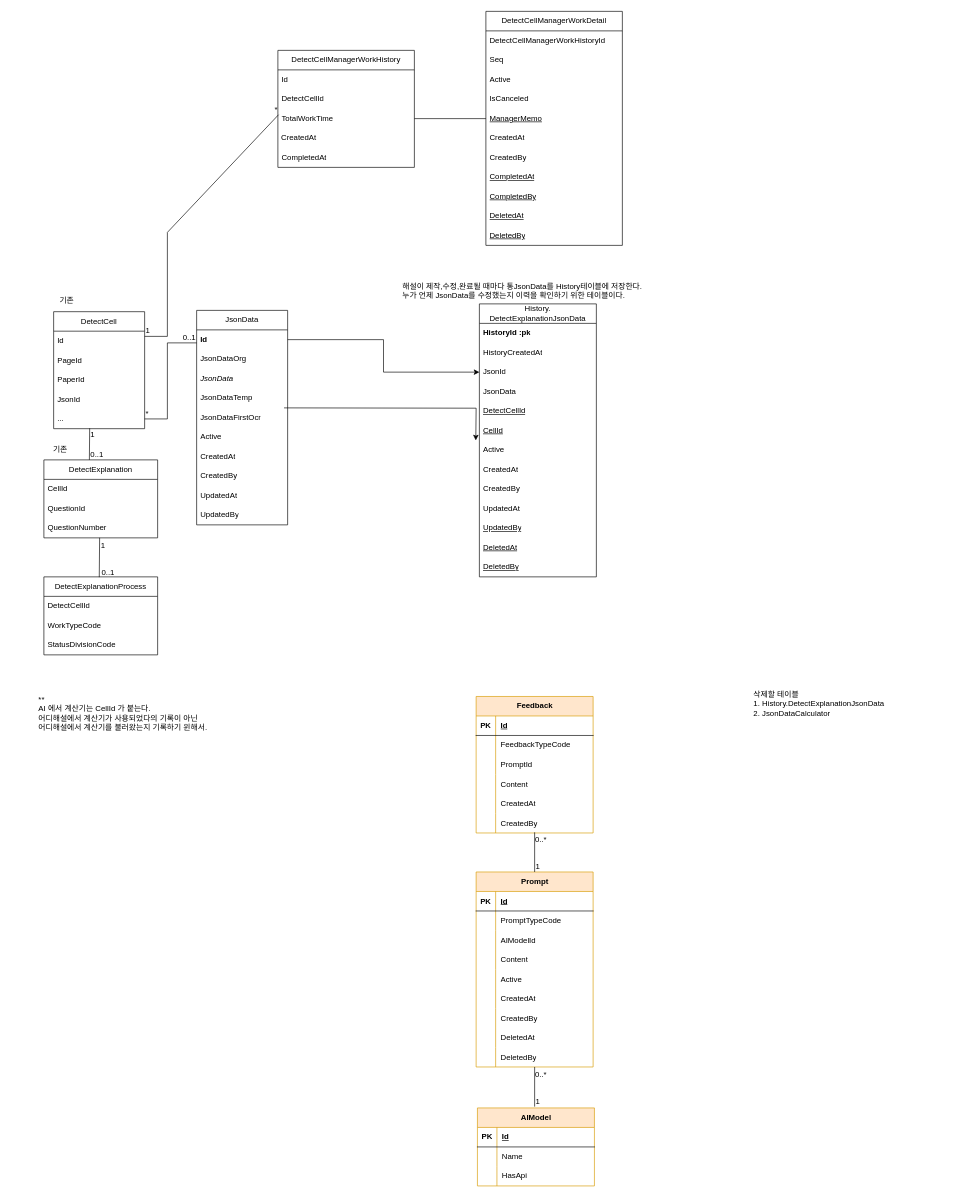
hyeonzx/Explanation_Calculator keeps this draw.io diagram as 해설계산기.drawio. Above is the earlier version. Source tidied: cells renumbered, new cells numbered last; positions are measured from the earlier drawing's top-left corner, leaving out a move shared by most shapes. Both pictures are drawn from the tidied source at 65%, with x=0, y=0 at pixel (37, 11).
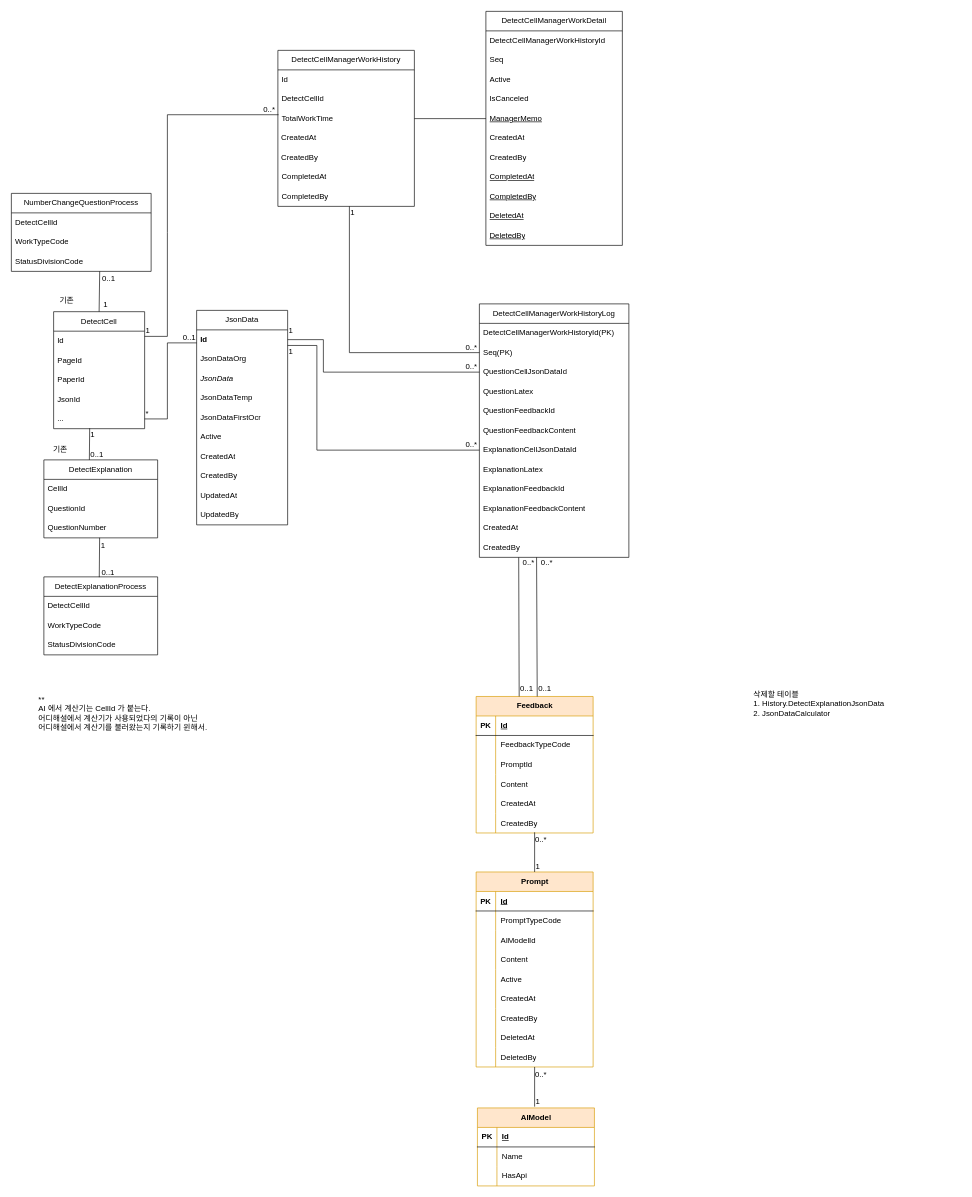
After the change.

Commit message (it also covers changes not shown here):
해설계산기.drawio 업데이트

Unchanged cells that the change refers to:
```xml
<mxCell id="3" value="&lt;b&gt;Id&lt;/b&gt;" style="text;strokeColor=none;fillColor=none;align=left;verticalAlign=middle;spacingLeft=4;spacingRight=4;overflow=hidden;points=[[0,0.5],[1,0.5]];portConstraint=eastwest;whiteSpace=wrap;html=1;" parent="2" vertex="1">
  <mxGeometry y="30" width="140" height="30" as="geometry" />
</mxCell>
<mxCell id="13" value="DetectCell" style="swimlane;fontStyle=0;horizontal=1;startSize=30;whiteSpace=wrap;html=1;" parent="1" vertex="1">
  <mxGeometry x="25" y="462" width="140" height="180" as="geometry" />
</mxCell>
<mxCell id="58" value="TotalWorkTime" style="text;strokeColor=none;fillColor=none;align=left;verticalAlign=middle;spacingLeft=4;spacingRight=4;overflow=hidden;points=[[0,0.5],[1,0.5]];portConstraint=eastwest;whiteSpace=wrap;html=1;" parent="55" vertex="1">
  <mxGeometry y="90" width="210" height="30" as="geometry" />
</mxCell>
<mxCell id="78" value="Feedback" style="shape=table;startSize=30;childLayout=tableLayout;rowLines=0;fontStyle=1;align=center;html=1;fillColor=#ffe6cc;strokeColor=#d79b00;" parent="1" vertex="1">
  <mxGeometry x="675" y="1054" width="180" height="210" as="geometry" />
</mxCell>
```

Change to the diagram source:
```diff
@@
-    <mxCell id="19" value="History.&lt;div&gt;DetectExplanationJsonData&lt;/div&gt;" style="swimlane;fontStyle=0;horizontal=1;startSize=30;whiteSpace=wrap;html=1;" parent="1" vertex="1">
-      <mxGeometry x="680" y="450" width="180" height="420" as="geometry" />
+    <mxCell id="19" value="DetectCellManagerWorkHistoryLog" style="swimlane;fontStyle=0;horizontal=1;startSize=30;whiteSpace=wrap;html=1;" parent="1" vertex="1">
+      <mxGeometry x="680" y="450" width="230" height="390" as="geometry" />
     </mxCell>
-    <mxCell id="20" value="&lt;b&gt;HistoryId :pk&lt;/b&gt;" style="text;strokeColor=none;fillColor=none;align=left;verticalAlign=middle;spacingLeft=4;spacingRight=4;overflow=hidden;whiteSpace=wrap;html=1;" parent="19" vertex="1">
-      <mxGeometry y="30" width="180" height="30" as="geometry" />
+    <mxCell id="20" value="&lt;span style=&quot;text-align: center;&quot;&gt;DetectCellManagerWorkHistoryId(PK)&lt;/span&gt;" style="text;strokeColor=none;fillColor=none;align=left;verticalAlign=middle;spacingLeft=4;spacingRight=4;overflow=hidden;whiteSpace=wrap;html=1;" parent="19" vertex="1">
+      <mxGeometry y="30" width="230" height="30" as="geometry" />
     </mxCell>
-    <mxCell id="21" value="HistoryCreatedAt" style="text;strokeColor=none;fillColor=none;align=left;verticalAlign=middle;spacingLeft=4;spacingRight=4;overflow=hidden;points=[[0,0.5],[1,0.5]];portConstraint=eastwest;whiteSpace=wrap;html=1;" parent="19" vertex="1">
-      <mxGeometry y="60" width="180" height="30" as="geometry" />
+    <mxCell id="21" value="Seq&lt;span style=&quot;text-align: center;&quot;&gt;(PK)&lt;/span&gt;" style="text;strokeColor=none;fillColor=none;align=left;verticalAlign=middle;spacingLeft=4;spacingRight=4;overflow=hidden;points=[[0,0.5],[1,0.5]];portConstraint=eastwest;whiteSpace=wrap;html=1;" parent="19" vertex="1">
+      <mxGeometry y="60" width="230" height="30" as="geometry" />
     </mxCell>
-    <mxCell id="22" value="JsonId" style="text;strokeColor=none;fillColor=none;align=left;verticalAlign=middle;spacingLeft=4;spacingRight=4;overflow=hidden;points=[[0,0.5],[1,0.5]];portConstraint=eastwest;whiteSpace=wrap;html=1;" parent="19" vertex="1">
-      <mxGeometry y="90" width="180" height="30" as="geometry" />
+    <mxCell id="22" value="QuestionCellJsonDataId" style="text;strokeColor=none;fillColor=none;align=left;verticalAlign=middle;spacingLeft=4;spacingRight=4;overflow=hidden;points=[[0,0.5],[1,0.5]];portConstraint=eastwest;whiteSpace=wrap;html=1;" parent="19" vertex="1">
+      <mxGeometry y="90" width="230" height="30" as="geometry" />
     </mxCell>
-    <mxCell id="23" value="JsonData" style="text;strokeColor=none;fillColor=none;align=left;verticalAlign=middle;spacingLeft=4;spacingRight=4;overflow=hidden;whiteSpace=wrap;html=1;" parent="19" vertex="1">
-      <mxGeometry y="120" width="180" height="30" as="geometry" />
+    <mxCell id="23" value="QuestionLatex" style="text;strokeColor=none;fillColor=none;align=left;verticalAlign=middle;spacingLeft=4;spacingRight=4;overflow=hidden;whiteSpace=wrap;html=1;" parent="19" vertex="1">
+      <mxGeometry y="120" width="230" height="30" as="geometry" />
     </mxCell>
-    <mxCell id="24" value="&lt;u&gt;DetectCellId&lt;/u&gt;" style="text;strokeColor=none;fillColor=none;align=left;verticalAlign=middle;spacingLeft=4;spacingRight=4;overflow=hidden;whiteSpace=wrap;html=1;" parent="19" vertex="1">
-      <mxGeometry y="150" width="180" height="30" as="geometry" />
+    <mxCell id="24" value="QuestionFeedbackId" style="text;strokeColor=none;fillColor=none;align=left;verticalAlign=middle;spacingLeft=4;spacingRight=4;overflow=hidden;whiteSpace=wrap;html=1;" parent="19" vertex="1">
+      <mxGeometry y="150" width="230" height="30" as="geometry" />
     </mxCell>
-    <mxCell id="25" value="&lt;u&gt;CellId&lt;/u&gt;" style="text;strokeColor=none;fillColor=none;align=left;verticalAlign=middle;spacingLeft=4;spacingRight=4;overflow=hidden;whiteSpace=wrap;html=1;" parent="19" vertex="1">
-      <mxGeometry y="180" width="180" height="30" as="geometry" />
+    <mxCell id="25" value="QuestionFeedbackContent" style="text;strokeColor=none;fillColor=none;align=left;verticalAlign=middle;spacingLeft=4;spacingRight=4;overflow=hidden;whiteSpace=wrap;html=1;" parent="19" vertex="1">
+      <mxGeometry y="180" width="230" height="30" as="geometry" />
     </mxCell>
-    <mxCell id="26" value="Active" style="text;strokeColor=none;fillColor=none;align=left;verticalAlign=middle;spacingLeft=4;spacingRight=4;overflow=hidden;points=[[0,0.5],[1,0.5]];portConstraint=eastwest;whiteSpace=wrap;html=1;" parent="19" vertex="1">
-      <mxGeometry y="210" width="180" height="30" as="geometry" />
+    <mxCell id="26" value="ExplanationCellJsonDataId" style="text;strokeColor=none;fillColor=none;align=left;verticalAlign=middle;spacingLeft=4;spacingRight=4;overflow=hidden;points=[[0,0.5],[1,0.5]];portConstraint=eastwest;whiteSpace=wrap;html=1;" parent="19" vertex="1">
+      <mxGeometry y="210" width="230" height="30" as="geometry" />
     </mxCell>
-    <mxCell id="27" value="CreatedAt" style="text;strokeColor=none;fillColor=none;align=left;verticalAlign=middle;spacingLeft=4;spacingRight=4;overflow=hidden;whiteSpace=wrap;html=1;" parent="19" vertex="1">
-      <mxGeometry y="240" width="180" height="30" as="geometry" />
+    <mxCell id="27" value="ExplanationLatex" style="text;strokeColor=none;fillColor=none;align=left;verticalAlign=middle;spacingLeft=4;spacingRight=4;overflow=hidden;whiteSpace=wrap;html=1;" parent="19" vertex="1">
+      <mxGeometry y="240" width="230" height="30" as="geometry" />
     </mxCell>
-    <mxCell id="28" value="CreatedBy" style="text;strokeColor=none;fillColor=none;align=left;verticalAlign=middle;spacingLeft=4;spacingRight=4;overflow=hidden;whiteSpace=wrap;html=1;" parent="19" vertex="1">
-      <mxGeometry y="270" width="180" height="30" as="geometry" />
+    <mxCell id="28" value="ExplanationFeedbackId" style="text;strokeColor=none;fillColor=none;align=left;verticalAlign=middle;spacingLeft=4;spacingRight=4;overflow=hidden;whiteSpace=wrap;html=1;" parent="19" vertex="1">
+      <mxGeometry y="270" width="230" height="30" as="geometry" />
     </mxCell>
-    <mxCell id="29" value="UpdatedAt" style="text;strokeColor=none;fillColor=none;align=left;verticalAlign=middle;spacingLeft=4;spacingRight=4;overflow=hidden;whiteSpace=wrap;html=1;" parent="19" vertex="1">
-      <mxGeometry y="300" width="180" height="30" as="geometry" />
+    <mxCell id="29" value="ExplanationFeedbackContent" style="text;strokeColor=none;fillColor=none;align=left;verticalAlign=middle;spacingLeft=4;spacingRight=4;overflow=hidden;whiteSpace=wrap;html=1;" parent="19" vertex="1">
+      <mxGeometry y="300" width="230" height="30" as="geometry" />
     </mxCell>
-    <mxCell id="30" value="&lt;u&gt;UpdatedBy&lt;/u&gt;" style="text;strokeColor=none;fillColor=none;align=left;verticalAlign=middle;spacingLeft=4;spacingRight=4;overflow=hidden;whiteSpace=wrap;html=1;" parent="19" vertex="1">
-      <mxGeometry y="330" width="180" height="30" as="geometry" />
-    </mxCell>
-    <mxCell id="31" value="&lt;u&gt;DeletedAt&lt;/u&gt;" style="text;strokeColor=none;fillColor=none;align=left;verticalAlign=middle;spacingLeft=4;spacingRight=4;overflow=hidden;whiteSpace=wrap;html=1;" parent="19" vertex="1">
-      <mxGeometry y="360" width="180" height="30" as="geometry" />
+    <mxCell id="31" value="CreatedAt" style="text;strokeColor=none;fillColor=none;align=left;verticalAlign=middle;spacingLeft=4;spacingRight=4;overflow=hidden;whiteSpace=wrap;html=1;" parent="19" vertex="1">
+      <mxGeometry y="330" width="230" height="30" as="geometry" />
     </mxCell>
-    <mxCell id="32" value="&lt;u&gt;DeletedBy&lt;/u&gt;" style="text;strokeColor=none;fillColor=none;align=left;verticalAlign=middle;spacingLeft=4;spacingRight=4;overflow=hidden;points=[[0,0.5],[1,0.5]];portConstraint=eastwest;whiteSpace=wrap;html=1;" parent="19" vertex="1">
-      <mxGeometry y="390" width="180" height="30" as="geometry" />
+    <mxCell id="32" value="CreatedBy" style="text;strokeColor=none;fillColor=none;align=left;verticalAlign=middle;spacingLeft=4;spacingRight=4;overflow=hidden;points=[[0,0.5],[1,0.5]];portConstraint=eastwest;whiteSpace=wrap;html=1;" parent="19" vertex="1">
+      <mxGeometry y="360" width="230" height="30" as="geometry" />
     </mxCell>
@@
-    <mxCell id="34" style="edgeStyle=orthogonalEdgeStyle;rounded=0;jettySize=auto;html=1;exitX=1;exitY=0.5;exitDx=0;exitDy=0;entryX=0;entryY=0.5;entryDx=0;entryDy=0;" parent="1" edge="1" source="3" target="22">
-      <mxGeometry relative="1" as="geometry" />
-    </mxCell>
-    <mxCell id="35" value="해설이 제작,수정,완료될 때마다 통JsonData를 History테이블에 저장한다.&lt;br&gt;누가 언제 JsonData를 수정했는지 이력을 확인하기 위한 테이블이다." style="text;html=1;align=left;verticalAlign=middle;strokeColor=none;fillColor=none;" parent="1" vertex="1">
-      <mxGeometry x="560" y="410" width="410" height="40" as="geometry" />
-    </mxCell>
@@
     <mxCell id="55" value="DetectCellManagerWorkHistory" style="swimlane;fontStyle=0;horizontal=1;startSize=30;whiteSpace=wrap;html=1;" parent="1" vertex="1">
-      <mxGeometry x="370" y="60" width="210" height="180" as="geometry" />
+      <mxGeometry x="370" y="60" width="210" height="240" as="geometry" />
     </mxCell>
@@
+    <mxCell id="142" value="&lt;span style=&quot;text-wrap-mode: wrap;&quot;&gt;&amp;nbsp;CreatedAt&lt;/span&gt;" style="text;html=1;align=left;verticalAlign=middle;strokeColor=none;fillColor=none;" parent="55" vertex="1">
+      <mxGeometry y="120" width="210" height="30" as="geometry" />
+    </mxCell>
-    <mxCell id="59" value="&lt;span style=&quot;text-wrap-mode: wrap;&quot;&gt;&amp;nbsp;CreatedAt&lt;/span&gt;" style="text;html=1;align=left;verticalAlign=middle;strokeColor=none;fillColor=none;" parent="55" vertex="1">
-      <mxGeometry y="120" width="210" height="30" as="geometry" />
+    <mxCell id="59" value="&lt;span style=&quot;text-wrap-mode: wrap;&quot;&gt;&amp;nbsp;CreatedBy&lt;/span&gt;" style="text;html=1;align=left;verticalAlign=middle;strokeColor=none;fillColor=none;" parent="55" vertex="1">
+      <mxGeometry y="150" width="210" height="30" as="geometry" />
     </mxCell>
+    <mxCell id="143" value="CompletedAt" style="text;strokeColor=none;fillColor=none;align=left;verticalAlign=middle;spacingLeft=4;spacingRight=4;overflow=hidden;whiteSpace=wrap;html=1;" parent="55" vertex="1">
+      <mxGeometry y="180" width="210" height="30" as="geometry" />
+    </mxCell>
-    <mxCell id="60" value="CompletedAt" style="text;strokeColor=none;fillColor=none;align=left;verticalAlign=middle;spacingLeft=4;spacingRight=4;overflow=hidden;points=[[0,0.5],[1,0.5]];portConstraint=eastwest;whiteSpace=wrap;html=1;" parent="55" vertex="1">
-      <mxGeometry y="150" width="210" height="30" as="geometry" />
+    <mxCell id="60" value="CompletedBy" style="text;strokeColor=none;fillColor=none;align=left;verticalAlign=middle;spacingLeft=4;spacingRight=4;overflow=hidden;points=[[0,0.5],[1,0.5]];portConstraint=eastwest;whiteSpace=wrap;html=1;" parent="55" vertex="1">
+      <mxGeometry y="210" width="210" height="30" as="geometry" />
     </mxCell>
     <mxCell id="61" style="endArrow=none;html=1;rounded=0;entryX=0.005;entryY=0.3;entryDx=0;entryDy=0;entryPerimeter=0;" parent="1" edge="1" target="58">
       <mxGeometry relative="1" as="geometry">
         <mxPoint x="165" y="500" as="sourcePoint" />
         <Array as="points">
           <mxPoint x="200" y="500" />
           <mxPoint x="200" y="340" />
+          <mxPoint x="200" y="159" />
         </Array>
       </mxGeometry>
     </mxCell>
@@
-    <mxCell id="63" value="*" style="html=1;whiteSpace=wrap;align=right;verticalAlign=bottom;" parent="61" vertex="1">
-      <mxGeometry x="1" relative="1" as="geometry" />
+    <mxCell id="63" value="0..*" style="html=1;whiteSpace=wrap;align=right;verticalAlign=bottom;" parent="61" vertex="1">
+      <mxGeometry x="1" relative="1" as="geometry">
+        <mxPoint x="-4" as="offset" />
+      </mxGeometry>
     </mxCell>
@@
-    <mxCell id="141" style="edgeStyle=orthogonalEdgeStyle;rounded=0;orthogonalLoop=1;jettySize=auto;html=1;exitX=1;exitY=0.5;exitDx=0;exitDy=0;entryX=0;entryY=0.5;entryDx=0;entryDy=0;" parent="1" edge="1">
-      <mxGeometry relative="1" as="geometry">
-        <mxPoint x="379.5" y="610" as="sourcePoint" />
-        <mxPoint x="674.5" y="660" as="targetPoint" />
-      </mxGeometry>
-    </mxCell>
+    <mxCell id="144" style="endArrow=none;html=1;rounded=0;entryX=0;entryY=0.5;entryDx=0;entryDy=0;exitX=0.524;exitY=1;exitDx=0;exitDy=0;exitPerimeter=0;" parent="1" edge="1" source="60" target="21">
+      <mxGeometry relative="1" as="geometry">
+        <Array as="points">
+          <mxPoint x="480" y="525" />
+        </Array>
+      </mxGeometry>
+    </mxCell>
+    <mxCell id="145" value="1" style="html=1;whiteSpace=wrap;align=left;verticalAlign=bottom;" parent="144" vertex="1">
+      <mxGeometry x="-1" relative="1" as="geometry">
+        <mxPoint y="18" as="offset" />
+      </mxGeometry>
+    </mxCell>
+    <mxCell id="146" value="0..*" style="html=1;whiteSpace=wrap;align=right;verticalAlign=bottom;" parent="144" vertex="1">
+      <mxGeometry x="1" relative="1" as="geometry">
+        <mxPoint x="-2" as="offset" />
+      </mxGeometry>
+    </mxCell>
+    <mxCell id="34" style="endArrow=none;html=1;rounded=0;entryX=0;entryY=0.5;entryDx=0;entryDy=0;exitX=1;exitY=0.5;exitDx=0;exitDy=0;" parent="1" edge="1" source="3" target="22">
+      <mxGeometry relative="1" as="geometry">
+        <Array as="points">
+          <mxPoint x="440" y="505" />
+          <mxPoint x="440" y="555" />
+        </Array>
+      </mxGeometry>
+    </mxCell>
+    <mxCell id="147" value="1" style="html=1;whiteSpace=wrap;align=left;verticalAlign=bottom;" parent="34" vertex="1">
+      <mxGeometry x="-1" relative="1" as="geometry">
+        <mxPoint y="-5" as="offset" />
+      </mxGeometry>
+    </mxCell>
+    <mxCell id="148" value="0..*" style="html=1;whiteSpace=wrap;align=right;verticalAlign=bottom;" parent="34" vertex="1">
+      <mxGeometry x="1" relative="1" as="geometry">
+        <mxPoint x="-2" as="offset" />
+      </mxGeometry>
+    </mxCell>
+    <mxCell id="149" style="endArrow=none;html=1;rounded=0;entryX=0;entryY=0.5;entryDx=0;entryDy=0;exitX=1;exitY=0.799;exitDx=0;exitDy=0;exitPerimeter=0;" parent="1" edge="1" source="3" target="26">
+      <mxGeometry relative="1" as="geometry">
+        <Array as="points">
+          <mxPoint x="430" y="514" />
+          <mxPoint x="430" y="675" />
+        </Array>
+      </mxGeometry>
+    </mxCell>
+    <mxCell id="150" value="1" style="html=1;whiteSpace=wrap;align=left;verticalAlign=bottom;" parent="149" vertex="1">
+      <mxGeometry x="-1" relative="1" as="geometry">
+        <mxPoint y="18" as="offset" />
+      </mxGeometry>
+    </mxCell>
+    <mxCell id="151" value="0..*" style="html=1;whiteSpace=wrap;align=right;verticalAlign=bottom;" parent="149" vertex="1">
+      <mxGeometry x="1" relative="1" as="geometry">
+        <mxPoint x="-2" as="offset" />
+      </mxGeometry>
+    </mxCell>
+    <mxCell id="152" style="endArrow=none;html=1;rounded=0;entryX=0.263;entryY=1.003;entryDx=0;entryDy=0;exitX=0.368;exitY=0;exitDx=0;exitDy=0;exitPerimeter=0;entryPerimeter=0;" parent="1" edge="1" source="78" target="32">
+      <mxGeometry relative="1" as="geometry" />
+    </mxCell>
+    <mxCell id="153" value="0..1" style="html=1;whiteSpace=wrap;align=left;verticalAlign=bottom;" parent="152" vertex="1">
+      <mxGeometry x="-1" relative="1" as="geometry">
+        <mxPoint y="-4" as="offset" />
+      </mxGeometry>
+    </mxCell>
+    <mxCell id="154" value="0..*" style="html=1;whiteSpace=wrap;align=right;verticalAlign=bottom;" parent="152" vertex="1">
+      <mxGeometry x="1" relative="1" as="geometry">
+        <mxPoint x="26" y="16" as="offset" />
+      </mxGeometry>
+    </mxCell>
+    <mxCell id="155" style="endArrow=none;html=1;rounded=0;entryX=0.263;entryY=1.003;entryDx=0;entryDy=0;exitX=0.368;exitY=0;exitDx=0;exitDy=0;exitPerimeter=0;entryPerimeter=0;" parent="1" edge="1">
+      <mxGeometry relative="1" as="geometry">
+        <mxPoint x="769" y="1054" as="sourcePoint" />
+        <mxPoint x="768" y="840" as="targetPoint" />
+      </mxGeometry>
+    </mxCell>
+    <mxCell id="156" value="0..1" style="html=1;whiteSpace=wrap;align=left;verticalAlign=bottom;" parent="155" vertex="1">
+      <mxGeometry x="-1" relative="1" as="geometry">
+        <mxPoint y="-4" as="offset" />
+      </mxGeometry>
+    </mxCell>
+    <mxCell id="157" value="0..*" style="html=1;whiteSpace=wrap;align=right;verticalAlign=bottom;" parent="155" vertex="1">
+      <mxGeometry x="1" relative="1" as="geometry">
+        <mxPoint x="26" y="16" as="offset" />
+      </mxGeometry>
+    </mxCell>
+    <mxCell id="158" value="NumberChangeQuestionProcess" style="swimlane;fontStyle=0;horizontal=1;startSize=30;whiteSpace=wrap;html=1;" parent="1" vertex="1">
+      <mxGeometry x="-40" y="280" width="215" height="120" as="geometry" />
+    </mxCell>
+    <mxCell id="159" value="DetectCellId" style="text;strokeColor=none;fillColor=none;align=left;verticalAlign=middle;spacingLeft=4;spacingRight=4;overflow=hidden;whiteSpace=wrap;html=1;" parent="158" vertex="1">
+      <mxGeometry y="30" width="215" height="30" as="geometry" />
+    </mxCell>
+    <mxCell id="160" value="WorkTypeCode" style="text;strokeColor=none;fillColor=none;align=left;verticalAlign=middle;spacingLeft=4;spacingRight=4;overflow=hidden;whiteSpace=wrap;html=1;" parent="158" vertex="1">
+      <mxGeometry y="60" width="215" height="30" as="geometry" />
+    </mxCell>
+    <mxCell id="161" value="StatusDivisionCode" style="text;strokeColor=none;fillColor=none;align=left;verticalAlign=middle;spacingLeft=4;spacingRight=4;overflow=hidden;points=[[0,0.5],[1,0.5]];portConstraint=eastwest;whiteSpace=wrap;html=1;" parent="158" vertex="1">
+      <mxGeometry y="90" width="215" height="30" as="geometry" />
+    </mxCell>
+    <mxCell id="162" style="endArrow=none;html=1;rounded=0;exitX=0.5;exitY=0;exitDx=0;exitDy=0;entryX=0.632;entryY=1.001;entryDx=0;entryDy=0;entryPerimeter=0;" parent="1" edge="1" source="13" target="161">
+      <mxGeometry relative="1" as="geometry" />
+    </mxCell>
+    <mxCell id="163" value="1" style="html=1;whiteSpace=wrap;align=left;verticalAlign=bottom;" parent="162" vertex="1">
+      <mxGeometry x="-1" relative="1" as="geometry">
+        <mxPoint x="5" y="-2" as="offset" />
+      </mxGeometry>
+    </mxCell>
+    <mxCell id="164" value="0..1" style="html=1;whiteSpace=wrap;align=right;verticalAlign=bottom;" parent="162" vertex="1">
+      <mxGeometry x="1" relative="1" as="geometry">
+        <mxPoint x="25" y="20" as="offset" />
+      </mxGeometry>
+    </mxCell>
```
